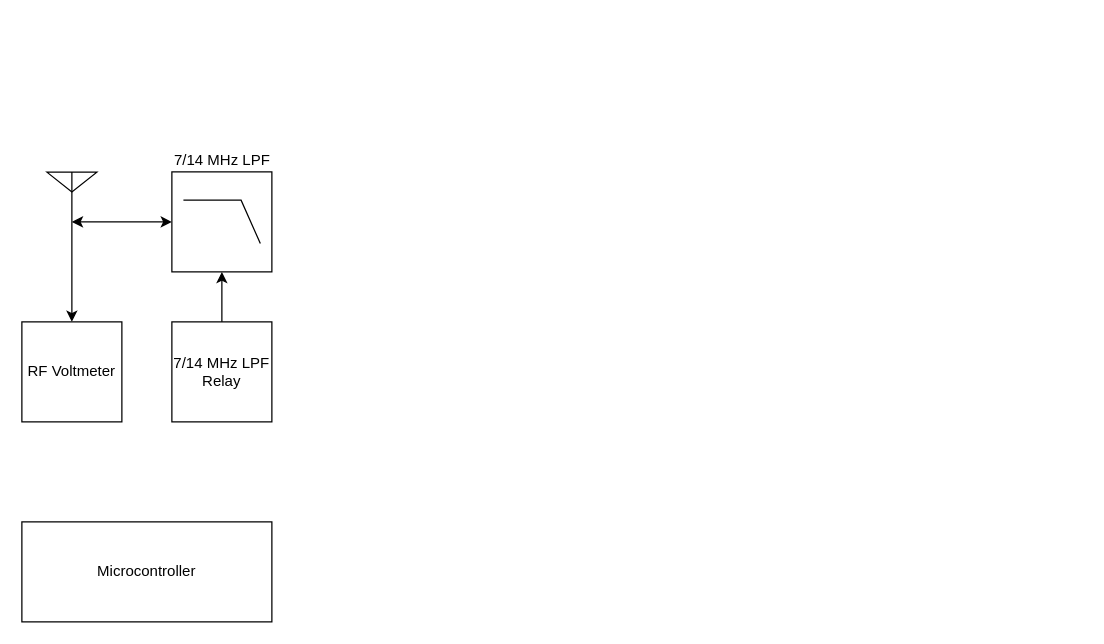
Above: Technicalities/TT-507-Block-Diagram.drawio in professor-zia/Radio-Ten-Tec-507-Patriot (draw.io), before the change. Source tidied: cells renumbered, new cells numbered last; positions are measured from the earlier drawing's top-left corner, leaving out a move shared by most shapes. Both pictures are drawn from the tidied source at 125%, with x=0, y=0 at pixel (21, 171).
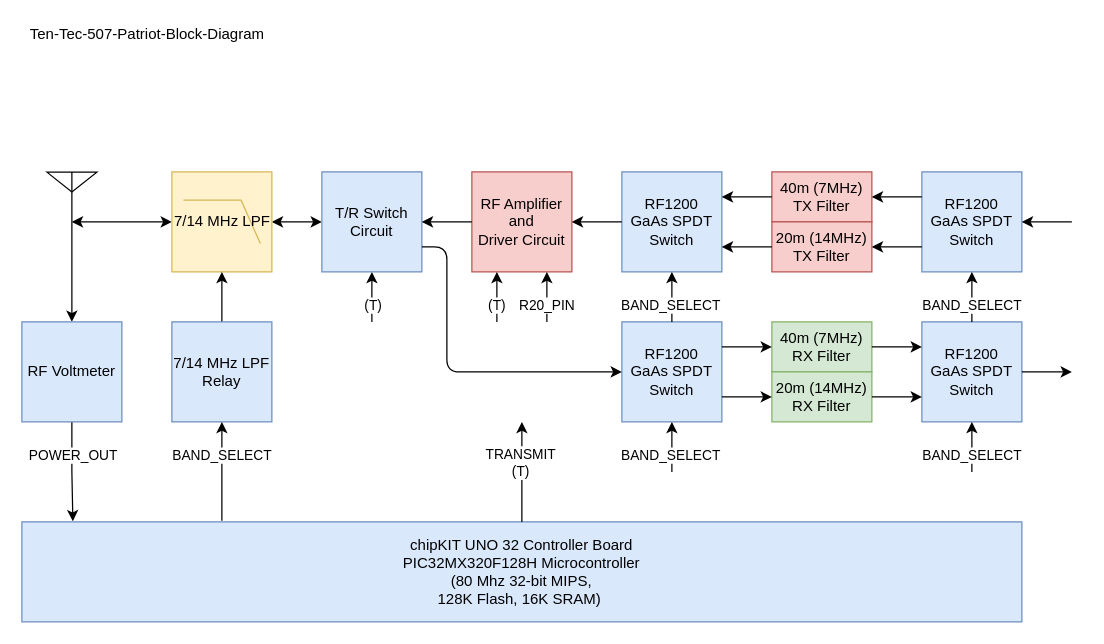
The same diagram, later.

What changed in the source:
```diff
@@
+    <mxCell id="10" style="edgeStyle=orthogonalEdgeStyle;rounded=0;jettySize=auto;html=1;exitX=1;exitY=0.5;exitDx=0;exitDy=0;exitPerimeter=0;entryX=0;entryY=0.4444444444444444;entryDx=0;entryDy=0;entryPerimeter=0;startArrow=classic;startFill=1;" parent="1" edge="1" source="5">
+      <mxGeometry relative="1" as="geometry">
+        <mxPoint x="240" y="40" as="targetPoint" />
+      </mxGeometry>
+    </mxCell>
-    <mxCell id="5" value="7/14 MHz LPF" style="verticalLabelPosition=top;shadow=0;dashed=0;align=center;html=1;verticalAlign=bottom;shape=mxgraph.electrical.logic_gates.lowpass_filter;labelPosition=center;" parent="1" vertex="1">
+    <mxCell id="5" value="7/14 MHz LPF" style="verticalLabelPosition=middle;shadow=0;dashed=0;align=center;html=1;verticalAlign=middle;shape=mxgraph.electrical.logic_gates.lowpass_filter;labelPosition=center;fillColor=#fff2cc;strokeColor=#d6b656;" parent="1" vertex="1">
       <mxGeometry x="120" width="80" height="80" as="geometry" />
     </mxCell>
@@
-    <mxCell id="7" value="7/14 MHz LPF&lt;br&gt;Relay" style="rounded=0;whiteSpace=wrap;html=1;" parent="1" vertex="1">
+    <mxCell id="7" value="7/14 MHz LPF&lt;br&gt;Relay" style="rounded=0;whiteSpace=wrap;html=1;fillColor=#dae8fc;strokeColor=#6c8ebf;" parent="1" vertex="1">
       <mxGeometry x="120" y="120" width="80" height="80" as="geometry" />
     </mxCell>
+    <mxCell id="11" style="edgeStyle=orthogonalEdgeStyle;rounded=0;jettySize=auto;html=1;exitX=0.5;exitY=1;exitDx=0;exitDy=0;entryX=0.051;entryY=-0.006;entryDx=0;entryDy=0;entryPerimeter=0;startArrow=none;startFill=0;" parent="1" edge="1" source="8" target="9">
+      <mxGeometry relative="1" as="geometry" />
+    </mxCell>
+    <mxCell id="12" value="POWER_OUT" style="edgeLabel;html=1;align=center;verticalAlign=middle;" parent="11" vertex="1">
+      <mxGeometry x="0.25" relative="1" as="geometry">
+        <mxPoint y="-23" as="offset" />
+      </mxGeometry>
+    </mxCell>
-    <mxCell id="8" value="RF Voltmeter" style="rounded=0;whiteSpace=wrap;html=1;" parent="1" vertex="1">
+    <mxCell id="8" value="RF Voltmeter" style="rounded=0;whiteSpace=wrap;html=1;fillColor=#dae8fc;strokeColor=#6c8ebf;" parent="1" vertex="1">
       <mxGeometry y="120" width="80" height="80" as="geometry" />
     </mxCell>
-    <mxCell id="9" value="Microcontroller" style="rounded=0;whiteSpace=wrap;html=1;" parent="1" vertex="1">
-      <mxGeometry y="280" width="200" height="80" as="geometry" />
+    <mxCell id="9" value="chipKIT UNO 32 Controller Board&lt;br&gt;PIC32MX320F128H Microcontroller&lt;br&gt;(80 Mhz 32-bit MIPS,&lt;br/&gt;128K Flash, 16K SRAM)&amp;nbsp;" style="rounded=0;whiteSpace=wrap;html=1;fillColor=#dae8fc;strokeColor=#6c8ebf;" parent="1" vertex="1">
+      <mxGeometry y="280" width="800" height="80" as="geometry" />
     </mxCell>
+    <mxCell id="13" style="endArrow=classic;html=1;entryX=0.5;entryY=1;entryDx=0;entryDy=0;" parent="1" edge="1" target="7">
+      <mxGeometry relative="1" as="geometry">
+        <mxPoint x="160" y="279" as="sourcePoint" />
+      </mxGeometry>
+    </mxCell>
+    <mxCell id="14" value="BAND_SELECT" style="edgeLabel;html=1;align=center;verticalAlign=middle;" parent="13" vertex="1">
+      <mxGeometry x="-0.29" y="1" relative="1" as="geometry">
+        <mxPoint y="-25" as="offset" />
+      </mxGeometry>
+    </mxCell>
+    <mxCell id="15" style="endArrow=classic;html=1;entryX=0.5;entryY=1;entryDx=0;entryDy=0;" parent="1" edge="1" target="17">
+      <mxGeometry relative="1" as="geometry">
+        <mxPoint x="280" y="120" as="sourcePoint" />
+      </mxGeometry>
+    </mxCell>
+    <mxCell id="16" value="(T)" style="edgeLabel;html=1;align=center;verticalAlign=middle;" parent="15" vertex="1">
+      <mxGeometry x="-0.73" relative="1" as="geometry">
+        <mxPoint y="-9" as="offset" />
+      </mxGeometry>
+    </mxCell>
+    <mxCell id="17" value="T/R Switch&lt;br&gt;Circuit" style="rounded=0;whiteSpace=wrap;html=1;fillColor=#dae8fc;strokeColor=#6c8ebf;" parent="1" vertex="1">
+      <mxGeometry x="240" width="80" height="80" as="geometry" />
+    </mxCell>
+    <mxCell id="18" value="Ten-Tec-507-Patriot-Block-Diagram" style="text;html=1;align=center;verticalAlign=middle;fillColor=none;strokeColor=none;rounded=0;" parent="1" vertex="1">
+      <mxGeometry y="-120" width="200" height="20" as="geometry" />
+    </mxCell>
+    <mxCell id="19" value="RF Amplifier&lt;br&gt;and&lt;br&gt;Driver Circuit" style="rounded=0;whiteSpace=wrap;html=1;fillColor=#f8cecc;strokeColor=#b85450;" parent="1" vertex="1">
+      <mxGeometry x="360" width="80" height="80" as="geometry" />
+    </mxCell>
+    <mxCell id="20" value="40m (7MHz)&lt;br&gt;TX Filter" style="rounded=0;whiteSpace=wrap;html=1;fillColor=#f8cecc;strokeColor=#b85450;" parent="1" vertex="1">
+      <mxGeometry x="600" width="80" height="40" as="geometry" />
+    </mxCell>
+    <mxCell id="21" value="20m (14MHz)&lt;br&gt;TX Filter" style="rounded=0;whiteSpace=wrap;html=1;fillColor=#f8cecc;strokeColor=#b85450;" parent="1" vertex="1">
+      <mxGeometry x="600" y="40" width="80" height="40" as="geometry" />
+    </mxCell>
+    <mxCell id="22" value="40m (7MHz)&lt;br&gt;RX Filter" style="rounded=0;whiteSpace=wrap;html=1;fillColor=#d5e8d4;strokeColor=#82b366;" parent="1" vertex="1">
+      <mxGeometry x="600" y="120" width="80" height="40" as="geometry" />
+    </mxCell>
+    <mxCell id="23" value="20m (14MHz)&lt;br&gt;RX Filter" style="rounded=0;whiteSpace=wrap;html=1;fillColor=#d5e8d4;strokeColor=#82b366;" parent="1" vertex="1">
+      <mxGeometry x="600" y="160" width="80" height="40" as="geometry" />
+    </mxCell>
+    <mxCell id="24" value="RF1200&lt;br&gt;GaAs&amp;nbsp;SPDT&lt;br&gt;Switch" style="rounded=0;whiteSpace=wrap;html=1;fillColor=#dae8fc;strokeColor=#6c8ebf;" parent="1" vertex="1">
+      <mxGeometry x="480" width="80" height="80" as="geometry" />
+    </mxCell>
+    <mxCell id="25" value="RF1200&lt;br&gt;GaAs&amp;nbsp;SPDT&lt;br&gt;Switch" style="rounded=0;whiteSpace=wrap;html=1;fillColor=#dae8fc;strokeColor=#6c8ebf;" parent="1" vertex="1">
+      <mxGeometry x="480" y="120" width="80" height="80" as="geometry" />
+    </mxCell>
+    <mxCell id="26" value="RF1200&lt;br&gt;GaAs&amp;nbsp;SPDT&lt;br&gt;Switch" style="rounded=0;whiteSpace=wrap;html=1;fillColor=#dae8fc;strokeColor=#6c8ebf;" parent="1" vertex="1">
+      <mxGeometry x="720" width="80" height="80" as="geometry" />
+    </mxCell>
+    <mxCell id="27" value="RF1200&lt;br&gt;GaAs&amp;nbsp;SPDT&lt;br&gt;Switch" style="rounded=0;whiteSpace=wrap;html=1;fillColor=#dae8fc;strokeColor=#6c8ebf;" parent="1" vertex="1">
+      <mxGeometry x="720" y="120" width="80" height="80" as="geometry" />
+    </mxCell>
+    <mxCell id="28" style="endArrow=classic;html=1;exitX=1;exitY=0.75;exitDx=0;exitDy=0;entryX=0;entryY=0.5;entryDx=0;entryDy=0;" parent="1" edge="1" source="17" target="25">
+      <mxGeometry relative="1" as="geometry">
+        <Array as="points">
+          <mxPoint x="340" y="60" />
+          <mxPoint x="340" y="160" />
+        </Array>
+      </mxGeometry>
+    </mxCell>
+    <mxCell id="29" style="endArrow=classic;html=1;entryX=1;entryY=0.5;entryDx=0;entryDy=0;exitX=0;exitY=0.5;exitDx=0;exitDy=0;" parent="1" edge="1" source="19" target="17">
+      <mxGeometry relative="1" as="geometry" />
+    </mxCell>
+    <mxCell id="30" style="endArrow=classic;html=1;entryX=1;entryY=0.5;entryDx=0;entryDy=0;exitX=0;exitY=0.5;exitDx=0;exitDy=0;" parent="1" edge="1" source="24" target="19">
+      <mxGeometry relative="1" as="geometry" />
+    </mxCell>
+    <mxCell id="31" style="endArrow=classic;html=1;entryX=1;entryY=0.25;entryDx=0;entryDy=0;exitX=0;exitY=0.5;exitDx=0;exitDy=0;" parent="1" edge="1" source="20" target="24">
+      <mxGeometry relative="1" as="geometry" />
+    </mxCell>
+    <mxCell id="32" style="endArrow=classic;html=1;entryX=1;entryY=0.75;entryDx=0;entryDy=0;exitX=0;exitY=0.5;exitDx=0;exitDy=0;" parent="1" edge="1" source="21" target="24">
+      <mxGeometry relative="1" as="geometry" />
+    </mxCell>
+    <mxCell id="33" style="endArrow=classic;html=1;entryX=0;entryY=0.5;entryDx=0;entryDy=0;exitX=1;exitY=0.25;exitDx=0;exitDy=0;" parent="1" edge="1" source="25" target="22">
+      <mxGeometry relative="1" as="geometry" />
+    </mxCell>
+    <mxCell id="34" style="endArrow=classic;html=1;entryX=0;entryY=0.5;entryDx=0;entryDy=0;exitX=1;exitY=0.75;exitDx=0;exitDy=0;" parent="1" edge="1" source="25" target="23">
+      <mxGeometry relative="1" as="geometry" />
+    </mxCell>
+    <mxCell id="35" style="endArrow=classic;html=1;exitX=0;exitY=0.25;exitDx=0;exitDy=0;entryX=1;entryY=0.5;entryDx=0;entryDy=0;" parent="1" edge="1" source="26" target="20">
+      <mxGeometry relative="1" as="geometry" />
+    </mxCell>
+    <mxCell id="36" style="endArrow=classic;html=1;entryX=1;entryY=0.5;entryDx=0;entryDy=0;exitX=0;exitY=0.75;exitDx=0;exitDy=0;" parent="1" edge="1" source="26" target="21">
+      <mxGeometry relative="1" as="geometry" />
+    </mxCell>
+    <mxCell id="37" style="endArrow=classic;html=1;entryX=0;entryY=0.25;entryDx=0;entryDy=0;exitX=1;exitY=0.5;exitDx=0;exitDy=0;" parent="1" edge="1" source="22" target="27">
+      <mxGeometry relative="1" as="geometry" />
+    </mxCell>
+    <mxCell id="38" style="endArrow=classic;html=1;entryX=0;entryY=0.75;entryDx=0;entryDy=0;exitX=1;exitY=0.5;exitDx=0;exitDy=0;" parent="1" edge="1" source="23" target="27">
+      <mxGeometry relative="1" as="geometry" />
+    </mxCell>
+    <mxCell id="39" style="endArrow=classic;html=1;entryX=0.25;entryY=1;entryDx=0;entryDy=0;" parent="1" edge="1" target="19">
+      <mxGeometry relative="1" as="geometry">
+        <mxPoint x="380" y="120" as="sourcePoint" />
+      </mxGeometry>
+    </mxCell>
+    <mxCell id="40" value="(T)" style="edgeLabel;html=1;align=center;verticalAlign=middle;" parent="39" vertex="1">
+      <mxGeometry x="-0.44" y="1" relative="1" as="geometry">
+        <mxPoint y="-3" as="offset" />
+      </mxGeometry>
+    </mxCell>
+    <mxCell id="41" style="endArrow=classic;html=1;exitX=0.5;exitY=0;exitDx=0;exitDy=0;" parent="1" edge="1" source="9">
+      <mxGeometry relative="1" as="geometry">
+        <mxPoint x="400" y="200" as="targetPoint" />
+      </mxGeometry>
+    </mxCell>
+    <mxCell id="42" value="TRANSMIT&lt;br&gt;(T)" style="edgeLabel;html=1;align=center;verticalAlign=middle;" parent="41" vertex="1">
+      <mxGeometry x="0.56" y="2" relative="1" as="geometry">
+        <mxPoint y="14" as="offset" />
+      </mxGeometry>
+    </mxCell>
+    <mxCell id="43" style="endArrow=classic;html=1;entryX=0.5;entryY=1;entryDx=0;entryDy=0;" parent="1" edge="1" source="25" target="24">
+      <mxGeometry relative="1" as="geometry" />
+    </mxCell>
+    <mxCell id="44" value="BAND_SELECT" style="edgeLabel;html=1;align=center;verticalAlign=middle;" parent="43" vertex="1">
+      <mxGeometry x="-0.47" y="2" relative="1" as="geometry">
+        <mxPoint y="-3" as="offset" />
+      </mxGeometry>
+    </mxCell>
+    <mxCell id="45" style="endArrow=classic;html=1;entryX=0.5;entryY=1;entryDx=0;entryDy=0;exitX=0.5;exitY=0;exitDx=0;exitDy=0;" parent="1" edge="1" source="27" target="26">
+      <mxGeometry relative="1" as="geometry" />
+    </mxCell>
+    <mxCell id="46" value="BAND_SELECT" style="edgeLabel;html=1;align=center;verticalAlign=middle;" parent="45" vertex="1">
+      <mxGeometry x="-0.47" y="1" relative="1" as="geometry">
+        <mxPoint y="-3" as="offset" />
+      </mxGeometry>
+    </mxCell>
+    <mxCell id="47" style="endArrow=classic;html=1;entryX=0.5;entryY=1;entryDx=0;entryDy=0;" parent="1" edge="1" target="25">
+      <mxGeometry relative="1" as="geometry">
+        <mxPoint x="520" y="240" as="sourcePoint" />
+      </mxGeometry>
+    </mxCell>
+    <mxCell id="48" value="BAND_SELECT" style="edgeLabel;html=1;align=center;verticalAlign=middle;" parent="47" vertex="1">
+      <mxGeometry x="-0.47" y="2" relative="1" as="geometry">
+        <mxPoint y="-3" as="offset" />
+      </mxGeometry>
+    </mxCell>
+    <mxCell id="49" style="endArrow=classic;html=1;entryX=0.75;entryY=1;entryDx=0;entryDy=0;" parent="1" edge="1" target="19">
+      <mxGeometry relative="1" as="geometry">
+        <mxPoint x="420" y="120" as="sourcePoint" />
+      </mxGeometry>
+    </mxCell>
+    <mxCell id="50" value="R20_PIN" style="edgeLabel;html=1;align=center;verticalAlign=middle;" parent="49" vertex="1">
+      <mxGeometry x="-0.44" y="1" relative="1" as="geometry">
+        <mxPoint y="-3" as="offset" />
+      </mxGeometry>
+    </mxCell>
+    <mxCell id="51" style="endArrow=classic;html=1;entryX=0.5;entryY=1;entryDx=0;entryDy=0;" parent="1" edge="1" target="27">
+      <mxGeometry relative="1" as="geometry">
+        <mxPoint x="760" y="240" as="sourcePoint" />
+      </mxGeometry>
+    </mxCell>
+    <mxCell id="52" value="BAND_SELECT" style="edgeLabel;html=1;align=center;verticalAlign=middle;" parent="51" vertex="1">
+      <mxGeometry x="-0.47" y="1" relative="1" as="geometry">
+        <mxPoint y="-3" as="offset" />
+      </mxGeometry>
+    </mxCell>
+    <mxCell id="53" style="endArrow=classic;html=1;exitX=1;exitY=0.5;exitDx=0;exitDy=0;" parent="1" edge="1" source="27">
+      <mxGeometry relative="1" as="geometry">
+        <mxPoint x="840" y="160" as="targetPoint" />
+      </mxGeometry>
+    </mxCell>
+    <mxCell id="54" style="endArrow=classic;html=1;entryX=1;entryY=0.5;entryDx=0;entryDy=0;" parent="1" edge="1" target="26">
+      <mxGeometry relative="1" as="geometry">
+        <mxPoint x="840" y="40" as="sourcePoint" />
+      </mxGeometry>
+    </mxCell>
```
